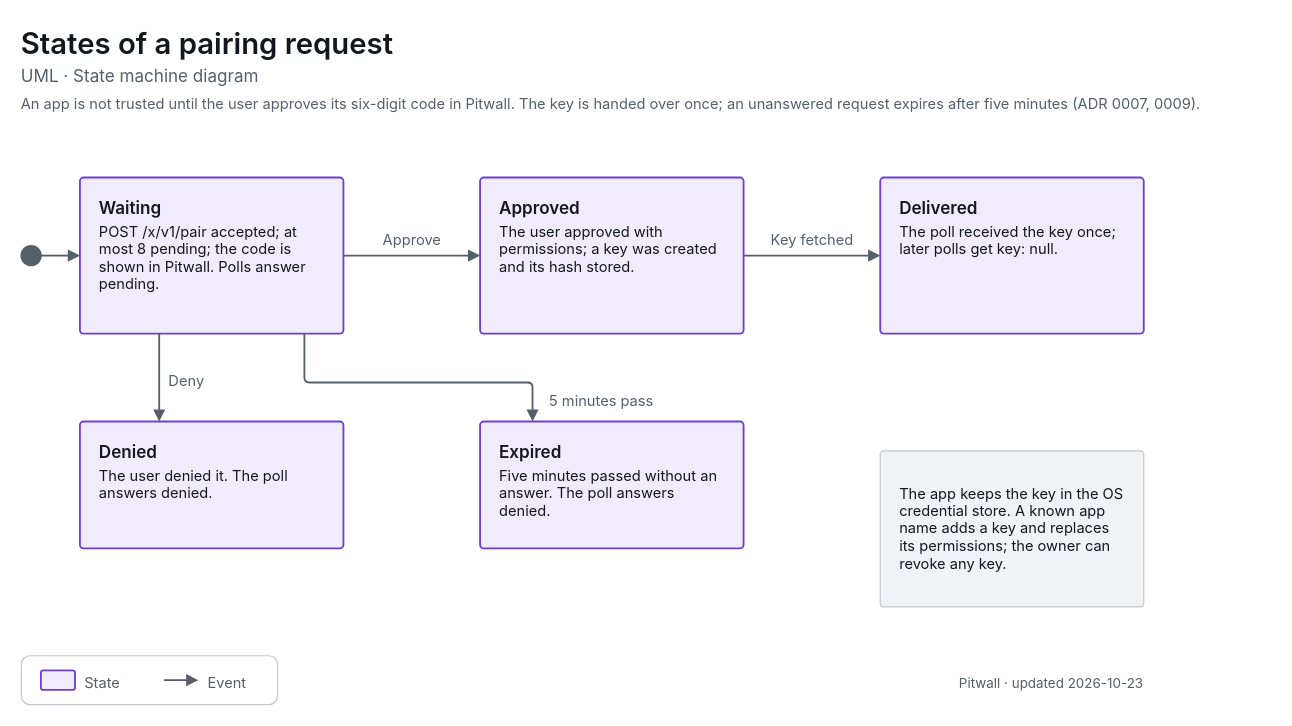
This is apps/pitwall/docs/diagrams/uml-state-pairing.drawio from decryp7/paddock, a draw.io file, before an edit. Source tidied: cells renumbered, new cells numbered last; positions are measured from the earlier drawing's top-left corner, leaving out a move shared by most shapes. Both pictures are drawn from the tidied source at 122%, with x=0, y=0 at pixel (21, 21).
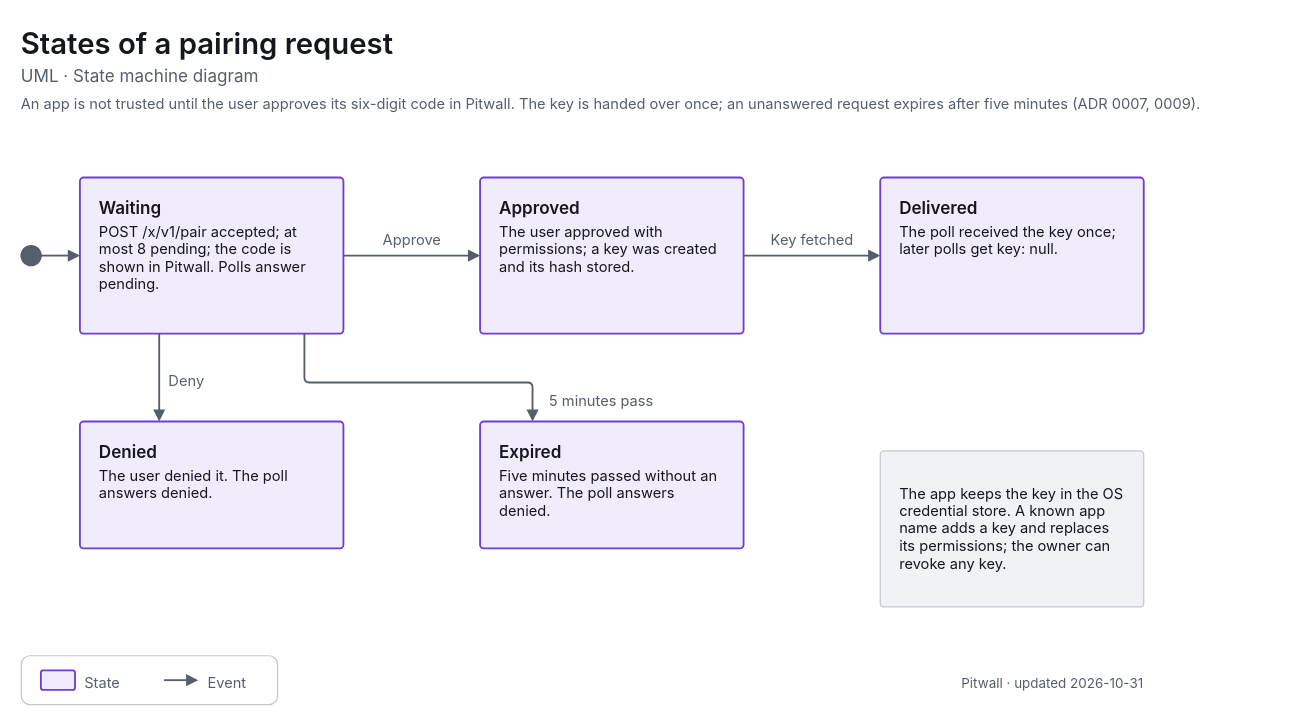
After the change.

Diff of the diagram source:
```diff
@@
-    <mxCell id="26" value="&lt;span style=&quot;font-size:11px;font-weight:400&quot;&gt;Pitwall · updated 2026-10-23&lt;/span&gt;" style="html=1;whiteSpace=wrap;fontFamily=-apple-system,BlinkMacSystemFont,Segoe UI,system-ui,sans-serif;fontSize=12;fontColor=light-dark(#14171C,#ECEEF1);text;strokeColor=none;fillColor=none;align=right;verticalAlign=top;spacing=0;fontColor=light-dark(#565E6B,#A0A7B2);" parent="1" vertex="1">
+    <mxCell id="26" value="&lt;span style=&quot;font-size:11px;font-weight:400&quot;&gt;Pitwall · updated 2026-10-31&lt;/span&gt;" style="html=1;whiteSpace=wrap;fontFamily=-apple-system,BlinkMacSystemFont,Segoe UI,system-ui,sans-serif;fontSize=12;fontColor=light-dark(#14171C,#ECEEF1);text;strokeColor=none;fillColor=none;align=right;verticalAlign=top;spacing=0;fontColor=light-dark(#565E6B,#A0A7B2);" parent="1" vertex="1">
       <mxGeometry x="560" y="531" width="360" height="18" as="geometry" />
     </mxCell>
```
